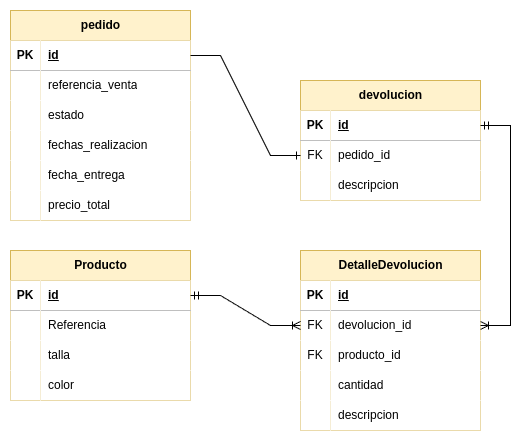
This is Diagramas/DB/Pedidos.png from Gilgamesh06/Ecommerce, a draw.io export, as it was before one commit. Source tidied: cells renumbered, new cells last; positions are measured from the earlier drawing's top-left corner, leaving out a move shared by most shapes.
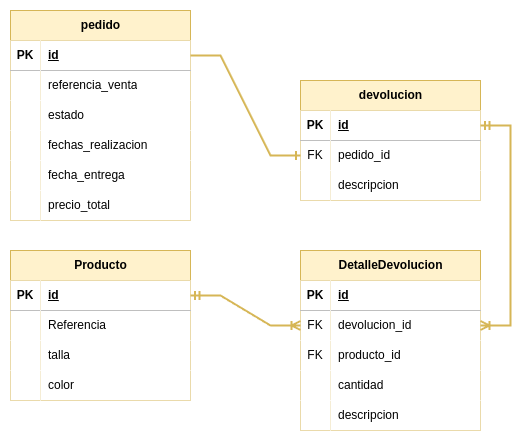
After the commit.

What changed in the source:
```diff
@@ -128,7 +128,7 @@
     <mxCell id="43" value="color" style="shape=partialRectangle;fillColor=default;top=0;left=0;bottom=0;right=0;align=left;spacingLeft=6;overflow=hidden;whiteSpace=wrap;html=1;" parent="41" vertex="1">
       <mxGeometry x="30" width="150" height="30" as="geometry" />
     </mxCell>
-    <mxCell id="44" style="edgeStyle=entityRelationEdgeStyle;fontSize=12;html=1;endArrow=ERone;endFill=1;rounded=0;entryX=0;entryY=0.5;entryDx=0;entryDy=0;" parent="1" edge="1" source="3" target="25">
+    <mxCell id="44" style="edgeStyle=entityRelationEdgeStyle;fontSize=12;html=1;endArrow=ERone;endFill=1;rounded=0;entryX=0;entryY=0.5;entryDx=0;entryDy=0;fillColor=#fff2cc;strokeColor=#d6b656;strokeWidth=2;" parent="1" edge="1" source="3" target="25">
       <mxGeometry relative="1" as="geometry" />
     </mxCell>
     <mxCell id="45" value="DetalleDevolucion" style="shape=table;startSize=30;rowLines=0;fontStyle=1;align=center;html=1;fillColor=#fff2cc;strokeColor=#d6b656;" parent="1" vertex="1">
@@ -179,10 +179,10 @@
     <mxCell id="60" value="descripcion" style="shape=partialRectangle;fillColor=default;top=0;left=0;bottom=0;right=0;align=left;spacingLeft=6;overflow=hidden;whiteSpace=wrap;html=1;" parent="58" vertex="1">
       <mxGeometry x="30" width="150" height="30" as="geometry" />
     </mxCell>
-    <mxCell id="61" style="edgeStyle=entityRelationEdgeStyle;fontSize=12;html=1;endArrow=ERoneToMany;startArrow=ERmandOne;rounded=0;" parent="1" edge="1" source="22" target="49">
+    <mxCell id="61" style="edgeStyle=entityRelationEdgeStyle;fontSize=12;html=1;endArrow=ERoneToMany;startArrow=ERmandOne;rounded=0;fillColor=#fff2cc;strokeColor=#d6b656;strokeWidth=2;" parent="1" edge="1" source="22" target="49">
       <mxGeometry relative="1" as="geometry" />
     </mxCell>
-    <mxCell id="62" style="edgeStyle=entityRelationEdgeStyle;fontSize=12;html=1;endArrow=ERoneToMany;startArrow=ERmandOne;rounded=0;entryX=0;entryY=0.5;entryDx=0;entryDy=0;" parent="1" edge="1" source="32" target="49">
+    <mxCell id="62" style="edgeStyle=entityRelationEdgeStyle;fontSize=12;html=1;endArrow=ERoneToMany;startArrow=ERmandOne;rounded=0;entryX=0;entryY=0.5;entryDx=0;entryDy=0;fillColor=#fff2cc;strokeColor=#d6b656;strokeWidth=2;" parent="1" edge="1" source="32" target="49">
       <mxGeometry relative="1" as="geometry" />
     </mxCell>
   </root>
```
